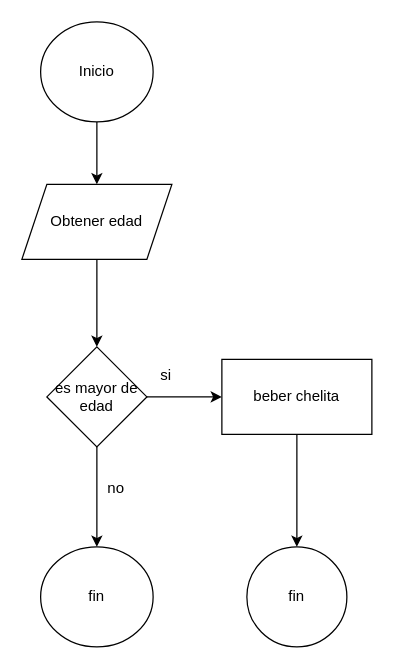
This is perimetroCirculo.drawio from Izth4rDev/diagramasFlujo, a draw.io file, before an edit. Source tidied: cells renumbered, new cells numbered last; positions are measured from the earlier drawing's top-left corner, leaving out a move shared by most shapes. Both pictures are drawn from the tidied source at 125%, with x=0, y=0 at pixel (21, 21).
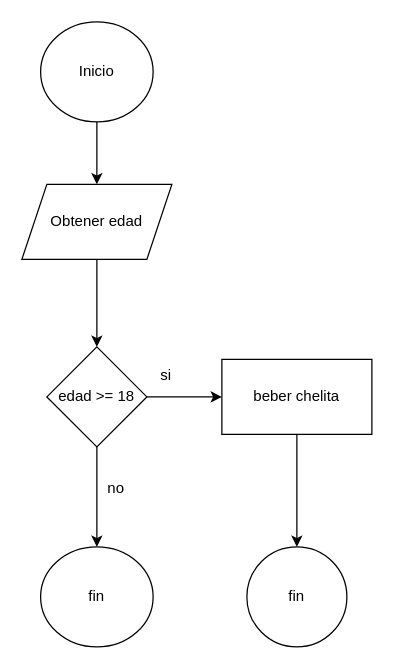
The same page after the edit.

What changed in the source:
```diff
@@
 <mxGraphModel>
   <root>
     <mxCell id="0" />
     <mxCell id="1" parent="0" />
     <mxCell id="2" style="edgeStyle=orthogonalEdgeStyle;rounded=0;jettySize=auto;html=1;entryX=0.5;entryY=0;entryDx=0;entryDy=0;" parent="1" edge="1" source="3" target="5">
       <mxGeometry relative="1" as="geometry" />
     </mxCell>
     <mxCell id="3" value="Inicio" style="ellipse;whiteSpace=wrap;html=1;" parent="1" vertex="1">
       <mxGeometry x="15" width="90" height="80" as="geometry" />
     </mxCell>
     <mxCell id="4" style="edgeStyle=orthogonalEdgeStyle;rounded=0;jettySize=auto;html=1;" parent="1" edge="1" source="5" target="8">
       <mxGeometry relative="1" as="geometry" />
     </mxCell>
     <mxCell id="5" value="Obtener edad" style="shape=parallelogram;perimeter=parallelogramPerimeter;whiteSpace=wrap;html=1;fixedSize=1;" parent="1" vertex="1">
       <mxGeometry y="130" width="120" height="60" as="geometry" />
     </mxCell>
     <mxCell id="6" style="edgeStyle=orthogonalEdgeStyle;rounded=0;jettySize=auto;html=1;" parent="1" edge="1" source="8" target="10">
       <mxGeometry relative="1" as="geometry" />
     </mxCell>
     <mxCell id="7" style="edgeStyle=orthogonalEdgeStyle;rounded=0;jettySize=auto;html=1;" parent="1" edge="1" source="8">
       <mxGeometry relative="1" as="geometry">
         <mxPoint x="60" y="420" as="targetPoint" />
       </mxGeometry>
     </mxCell>
-    <mxCell id="8" value="es mayor de edad" style="rhombus;whiteSpace=wrap;html=1;" parent="1" vertex="1">
+    <mxCell id="8" value="edad &amp;gt;= 18" style="rhombus;whiteSpace=wrap;html=1;" parent="1" vertex="1">
       <mxGeometry x="20" y="260" width="80" height="80" as="geometry" />
     </mxCell>
     <mxCell id="9" style="edgeStyle=orthogonalEdgeStyle;rounded=0;jettySize=auto;html=1;" parent="1" edge="1" source="10" target="13">
       <mxGeometry relative="1" as="geometry" />
     </mxCell>
     <mxCell id="10" value="beber chelita" style="whiteSpace=wrap;html=1;" parent="1" vertex="1">
       <mxGeometry x="160" y="270" width="120" height="60" as="geometry" />
     </mxCell>
     <mxCell id="11" value="si" style="text;html=1;align=center;verticalAlign=middle;strokeColor=none;fillColor=none;" parent="1" vertex="1">
       <mxGeometry x="100" y="268" width="30" height="30" as="geometry" />
     </mxCell>
     <mxCell id="12" value="fin" style="ellipse;whiteSpace=wrap;html=1;" parent="1" vertex="1">
       <mxGeometry x="15" y="420" width="90" height="80" as="geometry" />
     </mxCell>
     <mxCell id="13" value="fin" style="ellipse;whiteSpace=wrap;html=1;" parent="1" vertex="1">
       <mxGeometry x="180" y="420" width="80" height="80" as="geometry" />
     </mxCell>
     <mxCell id="14" value="no" style="text;html=1;align=center;verticalAlign=middle;strokeColor=none;fillColor=none;" parent="1" vertex="1">
       <mxGeometry x="55" y="358" width="40" height="30" as="geometry" />
     </mxCell>
   </root>
 </mxGraphModel>
```
